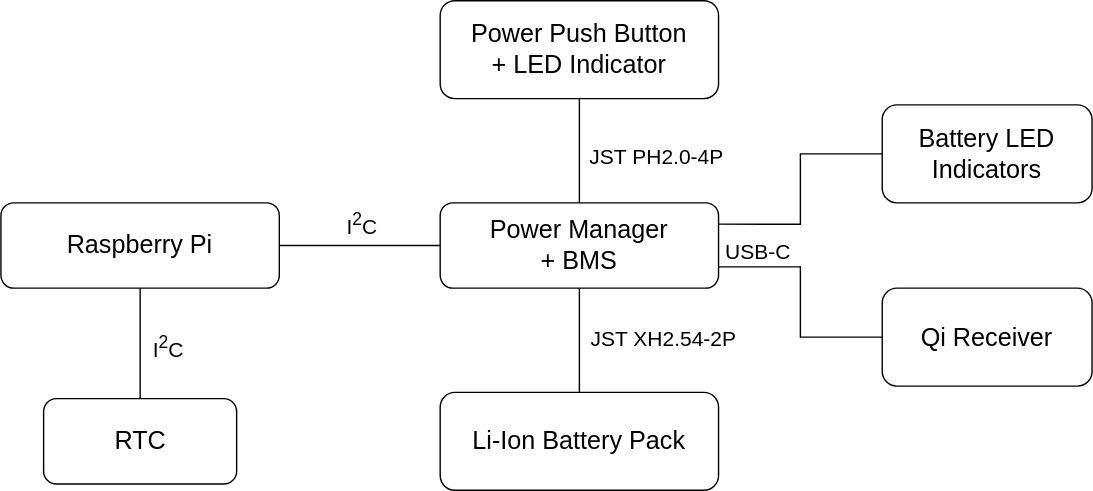
metisvela/sailtrack-core keeps this draw.io diagram as hardware/wiring-diagram.svg. Above is the earlier version. Source tidied: cells renumbered, new cells last; positions are measured from the earlier drawing's top-left corner, leaving out a move shared by most shapes.
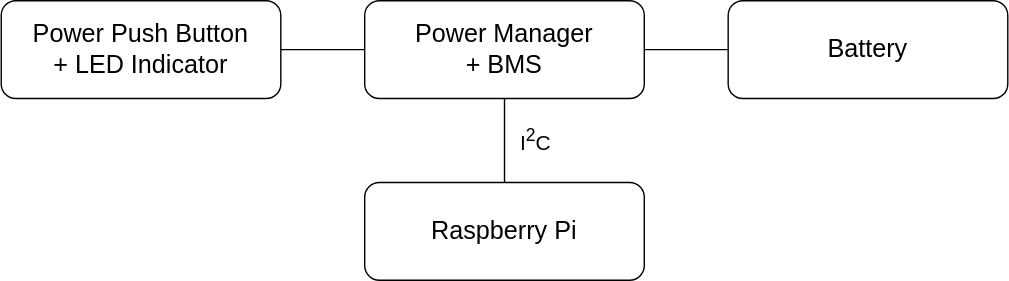
The same file after the commit.

The edit, as a diff of the source:
```diff
@@ -2,69 +2,31 @@
   <root>
     <mxCell id="0" />
     <mxCell id="1" parent="0" />
-    <mxCell id="2" style="edgeStyle=orthogonalEdgeStyle;rounded=0;jettySize=auto;html=1;exitX=1;exitY=0.75;exitDx=0;exitDy=0;entryX=0;entryY=0.5;entryDx=0;entryDy=0;endArrow=none;endFill=0;fontSize=18;" parent="1" edge="1" source="8" target="15">
-      <mxGeometry relative="1" as="geometry" />
-    </mxCell>
-    <mxCell id="3" value="&lt;font style=&quot;font-size: 15px&quot;&gt;USB-C&lt;br&gt;&lt;/font&gt;" style="edgeLabel;html=1;align=center;verticalAlign=bottom;fontSize=15;" parent="2" vertex="1">
-      <mxGeometry x="0.09" y="1" relative="1" as="geometry">
-        <mxPoint x="-32.5" y="-33.8" as="offset" />
-      </mxGeometry>
-    </mxCell>
-    <mxCell id="4" style="edgeStyle=orthogonalEdgeStyle;rounded=0;jettySize=auto;html=1;exitX=1;exitY=0.5;exitDx=0;exitDy=0;entryX=0;entryY=0.5;entryDx=0;entryDy=0;endArrow=none;endFill=0;fontSize=18;" parent="1" edge="1" source="6" target="8">
+    <mxCell id="4" style="edgeStyle=orthogonalEdgeStyle;rounded=0;jettySize=auto;html=1;exitX=0.5;exitY=0;exitDx=0;exitDy=0;entryX=0.5;entryY=1;entryDx=0;entryDy=0;endArrow=none;endFill=0;fontSize=18;" parent="1" edge="1" source="6" target="8">
       <mxGeometry relative="1" as="geometry" />
     </mxCell>
     <mxCell id="5" value="I&lt;sup&gt;2&lt;/sup&gt;C" style="edgeLabel;html=1;align=center;verticalAlign=bottom;fontSize=15;" parent="4" vertex="1">
       <mxGeometry x="-0.06" y="-3" relative="1" as="geometry">
-        <mxPoint x="4" y="-6" as="offset" />
+        <mxPoint x="18" y="10" as="offset" />
       </mxGeometry>
     </mxCell>
     <mxCell id="6" value="Raspberry Pi" style="rounded=1;whiteSpace=wrap;html=1;fontSize=18;" parent="1" vertex="1">
-      <mxGeometry y="144.5" width="199" height="61" as="geometry" />
+      <mxGeometry x="284" y="234" width="200" height="70" as="geometry" />
     </mxCell>
-    <mxCell id="7" style="edgeStyle=orthogonalEdgeStyle;rounded=0;jettySize=auto;html=1;exitX=1;exitY=0.25;exitDx=0;exitDy=0;entryX=0;entryY=0.5;entryDx=0;entryDy=0;endArrow=none;endFill=0;" parent="1" edge="1" source="8" target="19">
-      <mxGeometry relative="1" as="geometry" />
-    </mxCell>
     <mxCell id="8" value="Power Manager&lt;br&gt;+ BMS" style="rounded=1;whiteSpace=wrap;html=1;fontSize=18;" parent="1" vertex="1">
-      <mxGeometry x="314" y="144.5" width="199" height="61" as="geometry" />
+      <mxGeometry x="284" y="104" width="200" height="70" as="geometry" />
     </mxCell>
-    <mxCell id="9" style="edgeStyle=orthogonalEdgeStyle;rounded=0;jettySize=auto;html=1;exitX=0.5;exitY=0;exitDx=0;exitDy=0;entryX=0.5;entryY=1;entryDx=0;entryDy=0;endArrow=none;endFill=0;fontSize=18;" parent="1" edge="1" source="11" target="8">
+    <mxCell id="9" style="edgeStyle=orthogonalEdgeStyle;rounded=0;jettySize=auto;html=1;exitX=0;exitY=0.5;exitDx=0;exitDy=0;entryX=1;entryY=0.5;entryDx=0;entryDy=0;endArrow=none;endFill=0;fontSize=18;" parent="1" edge="1" source="11" target="8">
       <mxGeometry relative="1" as="geometry" />
     </mxCell>
-    <mxCell id="10" value="JST XH2.54-2P" style="edgeLabel;html=1;align=left;verticalAlign=middle;fontSize=15;" parent="9" vertex="1">
-      <mxGeometry x="0.07" y="-5" relative="1" as="geometry">
-        <mxPoint x="1" as="offset" />
-      </mxGeometry>
-    </mxCell>
-    <mxCell id="11" value="Li-Ion Battery Pack" style="rounded=1;whiteSpace=wrap;html=1;fontSize=18;" parent="1" vertex="1">
-      <mxGeometry x="314" y="280" width="199" height="70" as="geometry" />
+    <mxCell id="11" value="Battery" style="rounded=1;whiteSpace=wrap;html=1;fontSize=18;" parent="1" vertex="1">
+      <mxGeometry x="544" y="104" width="200" height="70" as="geometry" />
     </mxCell>
-    <mxCell id="12" style="edgeStyle=orthogonalEdgeStyle;rounded=0;jettySize=auto;html=1;exitX=0.5;exitY=1;exitDx=0;exitDy=0;entryX=0.5;entryY=0;entryDx=0;entryDy=0;endArrow=none;endFill=0;fontSize=18;" parent="1" edge="1" source="14" target="8">
+    <mxCell id="12" style="edgeStyle=orthogonalEdgeStyle;rounded=0;jettySize=auto;html=1;exitX=1;exitY=0.5;exitDx=0;exitDy=0;entryX=0;entryY=0.5;entryDx=0;entryDy=0;endArrow=none;endFill=0;fontSize=18;" parent="1" edge="1" source="14" target="8">
       <mxGeometry relative="1" as="geometry" />
     </mxCell>
-    <mxCell id="13" value="JST&amp;nbsp;PH2.0-4P" style="edgeLabel;html=1;align=left;verticalAlign=middle;fontSize=15;" parent="12" vertex="1">
-      <mxGeometry x="-0.25" y="4" relative="1" as="geometry">
-        <mxPoint x="1" y="12" as="offset" />
-      </mxGeometry>
-    </mxCell>
     <mxCell id="14" value="Power Push Button&lt;br&gt;+ LED Indicator" style="rounded=1;whiteSpace=wrap;html=1;fontSize=18;" parent="1" vertex="1">
-      <mxGeometry x="314" width="199" height="70" as="geometry" />
+      <mxGeometry x="24" y="104" width="200" height="70" as="geometry" />
     </mxCell>
-    <mxCell id="15" value="Qi Receiver" style="rounded=1;whiteSpace=wrap;html=1;fontSize=18;" parent="1" vertex="1">
-      <mxGeometry x="630" y="205.5" width="150" height="70" as="geometry" />
-    </mxCell>
-    <mxCell id="16" style="edgeStyle=orthogonalEdgeStyle;rounded=0;jettySize=auto;html=1;exitX=0.5;exitY=0;exitDx=0;exitDy=0;entryX=0.5;entryY=1;entryDx=0;entryDy=0;endArrow=none;endFill=0;fontSize=18;" parent="1" edge="1" source="18" target="6">
-      <mxGeometry relative="1" as="geometry" />
-    </mxCell>
-    <mxCell id="17" value="I&lt;sup&gt;2&lt;/sup&gt;C" style="edgeLabel;html=1;align=left;verticalAlign=bottom;fontSize=15;" parent="16" vertex="1">
-      <mxGeometry x="0.24" y="2" relative="1" as="geometry">
-        <mxPoint x="9" y="24.5" as="offset" />
-      </mxGeometry>
-    </mxCell>
-    <mxCell id="18" value="RTC" style="rounded=1;whiteSpace=wrap;html=1;fontSize=18;" parent="1" vertex="1">
-      <mxGeometry x="30.5" y="284.5" width="138" height="61" as="geometry" />
-    </mxCell>
-    <mxCell id="19" value="Battery LED Indicators" style="rounded=1;whiteSpace=wrap;html=1;fontSize=18;" parent="1" vertex="1">
-      <mxGeometry x="630" y="74.5" width="150" height="70" as="geometry" />
-    </mxCell>
   </root>
 </mxGraphModel>
```
